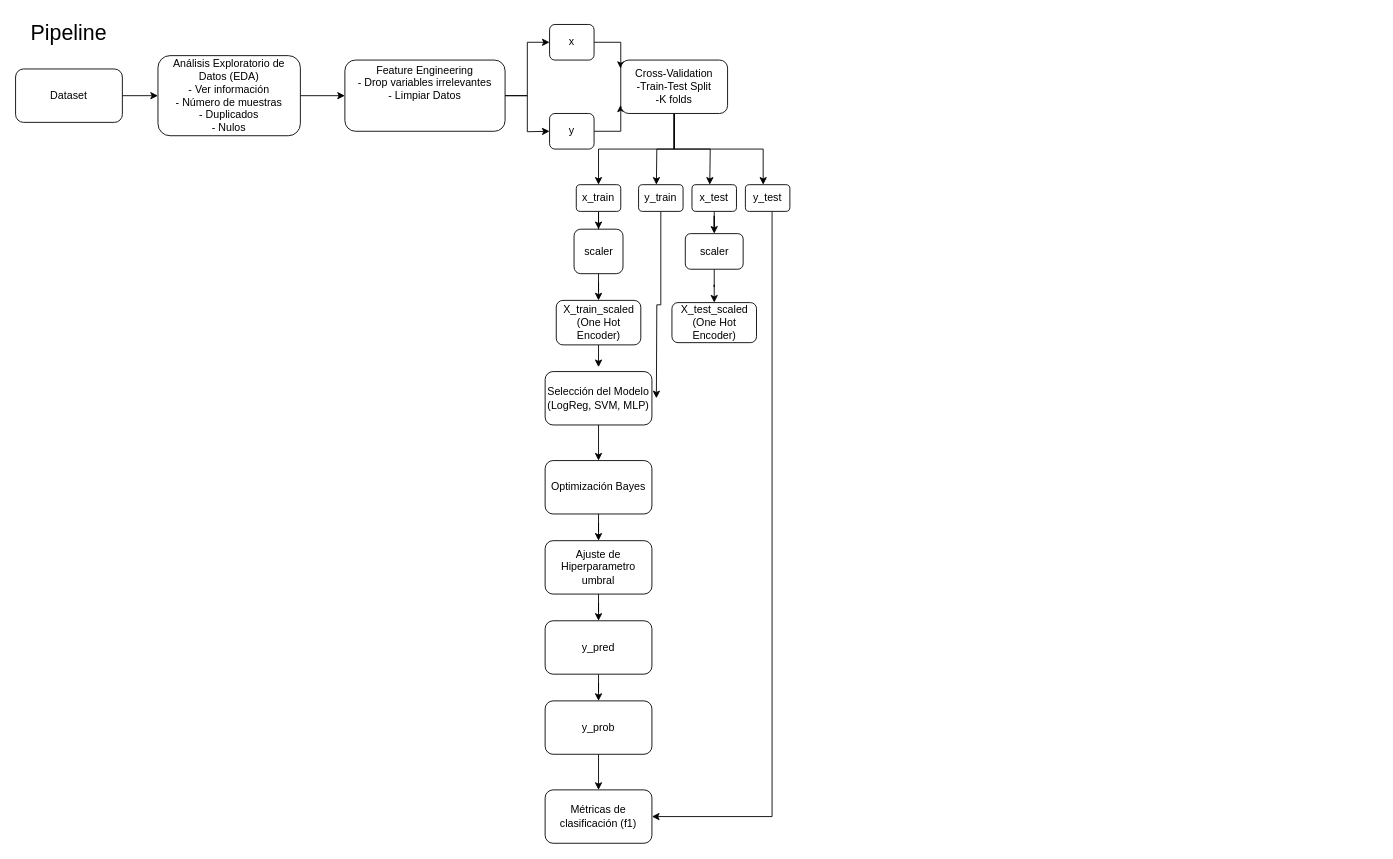
nicolasmgtz/P02---Clasificaci-n---Lab-Aprendizaje-Estad-stico keeps this draw.io diagram as Pipeline P02.drawio. Above is the earlier version. Source tidied: cells renumbered, new cells numbered last; positions are measured from the earlier drawing's top-left corner, leaving out a move shared by most shapes. Both pictures are drawn from the tidied source at 89%, with x=0, y=0 at pixel (15, 15).
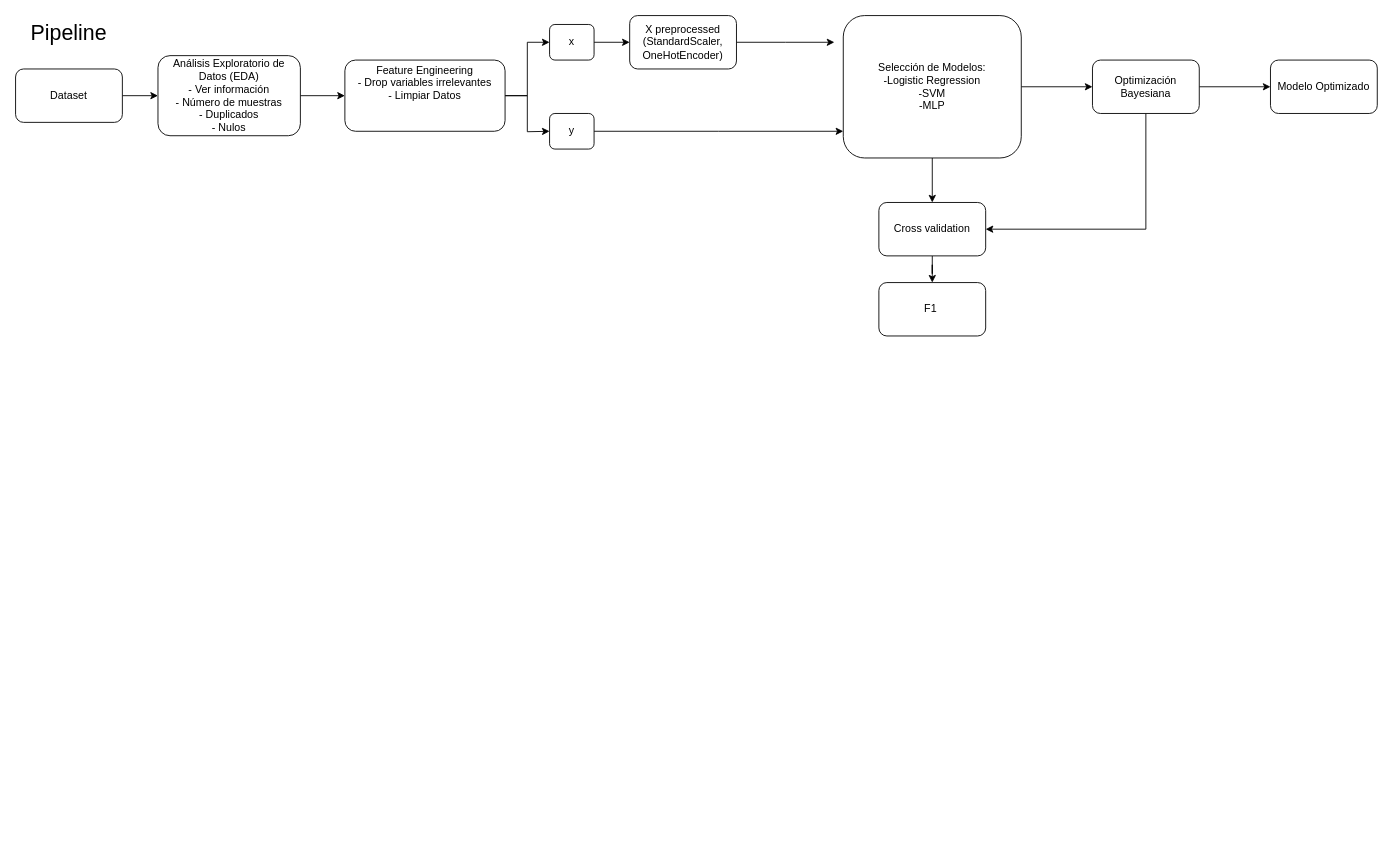
After the change.

The change refers to these unchanged cells:
```xml
<mxCell id="11" value="x" style="whiteSpace=wrap;html=1;rounded=1;" parent="1" vertex="1">
  <mxGeometry x="600" y="10" width="50" height="40" as="geometry" />
</mxCell>
<mxCell id="13" value="y" style="rounded=1;whiteSpace=wrap;html=1;" parent="1" vertex="1">
  <mxGeometry x="600" y="110" width="50" height="40" as="geometry" />
</mxCell>
```

What changed in the source:
```diff
@@
-    <mxCell id="10" style="edgeStyle=orthogonalEdgeStyle;rounded=0;jettySize=auto;html=1;" parent="1" edge="1" source="11">
-      <mxGeometry relative="1" as="geometry">
-        <mxPoint x="680" y="60" as="targetPoint" />
-        <Array as="points">
-          <mxPoint x="680" y="30" />
-        </Array>
-      </mxGeometry>
-    </mxCell>
+    <mxCell id="45" style="edgeStyle=orthogonalEdgeStyle;rounded=0;jettySize=auto;html=1;" parent="1" edge="1" source="11" target="48">
+      <mxGeometry relative="1" as="geometry" />
+    </mxCell>
@@
-    <mxCell id="12" style="edgeStyle=orthogonalEdgeStyle;rounded=0;jettySize=auto;html=1;" parent="1" edge="1" source="13">
-      <mxGeometry relative="1" as="geometry">
-        <mxPoint x="680" y="100" as="targetPoint" />
-        <Array as="points">
-          <mxPoint x="680" y="130" />
-        </Array>
-      </mxGeometry>
-    </mxCell>
+    <mxCell id="46" style="edgeStyle=orthogonalEdgeStyle;rounded=0;jettySize=auto;html=1;" parent="1" edge="1" source="13">
+      <mxGeometry relative="1" as="geometry">
+        <mxPoint x="930" y="130" as="targetPoint" />
+      </mxGeometry>
+    </mxCell>
@@
-    <mxCell id="14" style="edgeStyle=orthogonalEdgeStyle;rounded=0;jettySize=auto;html=1;" parent="1" edge="1" source="18" target="20">
-      <mxGeometry relative="1" as="geometry" />
-    </mxCell>
-    <mxCell id="15" style="edgeStyle=orthogonalEdgeStyle;rounded=0;jettySize=auto;html=1;" parent="1" edge="1" source="18">
-      <mxGeometry relative="1" as="geometry">
-        <mxPoint x="720" y="190" as="targetPoint" />
-      </mxGeometry>
-    </mxCell>
-    <mxCell id="16" style="edgeStyle=orthogonalEdgeStyle;rounded=0;jettySize=auto;html=1;" parent="1" edge="1" source="18">
-      <mxGeometry relative="1" as="geometry">
-        <mxPoint x="780" y="190" as="targetPoint" />
-      </mxGeometry>
-    </mxCell>
-    <mxCell id="17" style="edgeStyle=orthogonalEdgeStyle;rounded=0;jettySize=auto;html=1;" parent="1" edge="1" source="18">
-      <mxGeometry relative="1" as="geometry">
-        <mxPoint x="840" y="190" as="targetPoint" />
-        <Array as="points">
-          <mxPoint x="740" y="150" />
-          <mxPoint x="840" y="150" />
-        </Array>
-      </mxGeometry>
-    </mxCell>
-    <mxCell id="18" value="Cross-Validation&lt;div&gt;-Train-Test Split&lt;/div&gt;&lt;div&gt;-K folds&lt;/div&gt;" style="rounded=1;whiteSpace=wrap;html=1;" parent="1" vertex="1">
-      <mxGeometry x="680" y="50" width="120" height="60" as="geometry" />
-    </mxCell>
-    <mxCell id="19" style="edgeStyle=orthogonalEdgeStyle;rounded=0;jettySize=auto;html=1;" parent="1" edge="1" source="20" target="28">
-      <mxGeometry relative="1" as="geometry" />
-    </mxCell>
-    <mxCell id="20" value="x_train" style="whiteSpace=wrap;html=1;rounded=1;" parent="1" vertex="1">
-      <mxGeometry x="630" y="190" width="50" height="30" as="geometry" />
-    </mxCell>
-    <mxCell id="21" style="edgeStyle=orthogonalEdgeStyle;rounded=0;jettySize=auto;html=1;" parent="1" edge="1" source="22">
-      <mxGeometry relative="1" as="geometry">
-        <mxPoint x="720" y="430" as="targetPoint" />
-      </mxGeometry>
-    </mxCell>
-    <mxCell id="22" value="y_train" style="whiteSpace=wrap;html=1;rounded=1;" parent="1" vertex="1">
-      <mxGeometry x="700" y="190" width="50" height="30" as="geometry" />
-    </mxCell>
-    <mxCell id="23" style="edgeStyle=orthogonalEdgeStyle;rounded=0;jettySize=auto;html=1;" parent="1" edge="1" source="24" target="30">
-      <mxGeometry relative="1" as="geometry" />
-    </mxCell>
-    <mxCell id="24" value="x_test" style="whiteSpace=wrap;html=1;rounded=1;" parent="1" vertex="1">
-      <mxGeometry x="760" y="190" width="50" height="30" as="geometry" />
-    </mxCell>
-    <mxCell id="25" style="edgeStyle=orthogonalEdgeStyle;rounded=0;jettySize=auto;html=1;entryX=1;entryY=0.5;entryDx=0;entryDy=0;" parent="1" edge="1" source="26" target="44">
-      <mxGeometry relative="1" as="geometry">
-        <Array as="points">
-          <mxPoint x="850" y="900" />
-        </Array>
-      </mxGeometry>
-    </mxCell>
-    <mxCell id="26" value="y_test" style="whiteSpace=wrap;html=1;rounded=1;" parent="1" vertex="1">
-      <mxGeometry x="820" y="190" width="50" height="30" as="geometry" />
-    </mxCell>
-    <mxCell id="27" style="edgeStyle=orthogonalEdgeStyle;rounded=0;jettySize=auto;html=1;" parent="1" edge="1" source="28" target="32">
-      <mxGeometry relative="1" as="geometry" />
-    </mxCell>
-    <mxCell id="28" value="scaler" style="whiteSpace=wrap;html=1;rounded=1;" parent="1" vertex="1">
-      <mxGeometry x="627.5" y="240" width="55" height="50" as="geometry" />
-    </mxCell>
-    <mxCell id="29" style="edgeStyle=orthogonalEdgeStyle;rounded=0;jettySize=auto;html=1;" parent="1" edge="1" source="30" target="33">
-      <mxGeometry relative="1" as="geometry" />
-    </mxCell>
-    <mxCell id="30" value="scaler" style="whiteSpace=wrap;html=1;rounded=1;" parent="1" vertex="1">
-      <mxGeometry x="752.5" y="245" width="65" height="40" as="geometry" />
-    </mxCell>
-    <mxCell id="31" style="edgeStyle=orthogonalEdgeStyle;rounded=0;jettySize=auto;html=1;" parent="1" edge="1" source="32">
-      <mxGeometry relative="1" as="geometry">
-        <mxPoint x="655" y="395" as="targetPoint" />
-      </mxGeometry>
-    </mxCell>
-    <mxCell id="32" value="X_train_scaled&lt;div&gt;(One Hot Encoder)&lt;/div&gt;" style="whiteSpace=wrap;html=1;rounded=1;" parent="1" vertex="1">
-      <mxGeometry x="607.5" y="320" width="95" height="50" as="geometry" />
-    </mxCell>
-    <mxCell id="33" value="X_test_scaled&lt;div&gt;(One Hot Encoder)&lt;/div&gt;" style="whiteSpace=wrap;html=1;rounded=1;" parent="1" vertex="1">
-      <mxGeometry x="737.5" y="322.5" width="95" height="45" as="geometry" />
-    </mxCell>
-    <mxCell id="34" style="edgeStyle=orthogonalEdgeStyle;rounded=0;jettySize=auto;html=1;" parent="1" edge="1" source="35" target="37">
-      <mxGeometry relative="1" as="geometry" />
-    </mxCell>
-    <mxCell id="35" value="Selección del Modelo&lt;div&gt;(LogReg, SVM, MLP)&lt;/div&gt;" style="rounded=1;whiteSpace=wrap;html=1;" parent="1" vertex="1">
-      <mxGeometry x="595" y="400" width="120" height="60" as="geometry" />
-    </mxCell>
-    <mxCell id="36" style="edgeStyle=orthogonalEdgeStyle;rounded=0;jettySize=auto;html=1;" parent="1" edge="1" source="37" target="39">
-      <mxGeometry relative="1" as="geometry" />
-    </mxCell>
-    <mxCell id="37" value="Optimización Bayes" style="whiteSpace=wrap;html=1;rounded=1;" parent="1" vertex="1">
-      <mxGeometry x="595" y="500" width="120" height="60" as="geometry" />
-    </mxCell>
-    <mxCell id="38" style="edgeStyle=orthogonalEdgeStyle;rounded=0;jettySize=auto;html=1;" parent="1" edge="1" source="39" target="41">
-      <mxGeometry relative="1" as="geometry" />
-    </mxCell>
-    <mxCell id="39" value="Ajuste de Hiperparametro umbral" style="whiteSpace=wrap;html=1;rounded=1;" parent="1" vertex="1">
-      <mxGeometry x="595" y="590" width="120" height="60" as="geometry" />
-    </mxCell>
-    <mxCell id="40" style="edgeStyle=orthogonalEdgeStyle;rounded=0;jettySize=auto;html=1;" parent="1" edge="1" source="41" target="43">
-      <mxGeometry relative="1" as="geometry" />
-    </mxCell>
-    <mxCell id="41" value="y_pred" style="whiteSpace=wrap;html=1;rounded=1;" parent="1" vertex="1">
-      <mxGeometry x="595" y="680" width="120" height="60" as="geometry" />
-    </mxCell>
-    <mxCell id="42" style="edgeStyle=orthogonalEdgeStyle;rounded=0;jettySize=auto;html=1;" parent="1" edge="1" source="43" target="44">
-      <mxGeometry relative="1" as="geometry" />
-    </mxCell>
-    <mxCell id="43" value="y_prob" style="whiteSpace=wrap;html=1;rounded=1;" parent="1" vertex="1">
-      <mxGeometry x="595" y="770" width="120" height="60" as="geometry" />
-    </mxCell>
-    <mxCell id="44" value="Métricas de clasificación (f1)" style="whiteSpace=wrap;html=1;rounded=1;" parent="1" vertex="1">
-      <mxGeometry x="595" y="870" width="120" height="60" as="geometry" />
-    </mxCell>
+    <mxCell id="47" style="edgeStyle=orthogonalEdgeStyle;rounded=0;jettySize=auto;html=1;" parent="1" edge="1" source="48">
+      <mxGeometry relative="1" as="geometry">
+        <mxPoint x="920" y="30" as="targetPoint" />
+      </mxGeometry>
+    </mxCell>
+    <mxCell id="48" value="X preprocessed&lt;div&gt;(StandardScaler, OneHotEncoder)&lt;/div&gt;" style="whiteSpace=wrap;html=1;rounded=1;" parent="1" vertex="1">
+      <mxGeometry x="690" width="120" height="60" as="geometry" />
+    </mxCell>
+    <mxCell id="49" style="edgeStyle=orthogonalEdgeStyle;rounded=0;jettySize=auto;html=1;" parent="1" edge="1" source="51" target="53">
+      <mxGeometry relative="1" as="geometry" />
+    </mxCell>
+    <mxCell id="50" style="edgeStyle=orthogonalEdgeStyle;rounded=0;jettySize=auto;html=1;" parent="1" edge="1" source="51" target="57">
+      <mxGeometry relative="1" as="geometry" />
+    </mxCell>
+    <mxCell id="51" value="Selección de Modelos:&lt;br&gt;-Logistic Regression&lt;div&gt;-SVM&lt;/div&gt;&lt;div&gt;-MLP&lt;/div&gt;" style="rounded=1;whiteSpace=wrap;html=1;" parent="1" vertex="1">
+      <mxGeometry x="930" width="200" height="160" as="geometry" />
+    </mxCell>
+    <mxCell id="52" style="edgeStyle=orthogonalEdgeStyle;rounded=0;jettySize=auto;html=1;" parent="1" edge="1" source="53" target="54">
+      <mxGeometry relative="1" as="geometry" />
+    </mxCell>
+    <mxCell id="53" value="Cross validation" style="whiteSpace=wrap;html=1;rounded=1;" parent="1" vertex="1">
+      <mxGeometry x="970" y="210" width="120" height="60" as="geometry" />
+    </mxCell>
+    <mxCell id="54" value="F1&amp;nbsp;" style="whiteSpace=wrap;html=1;rounded=1;" parent="1" vertex="1">
+      <mxGeometry x="970" y="300" width="120" height="60" as="geometry" />
+    </mxCell>
+    <mxCell id="55" style="edgeStyle=orthogonalEdgeStyle;rounded=0;jettySize=auto;html=1;entryX=1;entryY=0.5;entryDx=0;entryDy=0;" parent="1" edge="1" source="57" target="53">
+      <mxGeometry relative="1" as="geometry">
+        <Array as="points">
+          <mxPoint x="1270" y="240" />
+        </Array>
+      </mxGeometry>
+    </mxCell>
+    <mxCell id="56" style="edgeStyle=orthogonalEdgeStyle;rounded=0;jettySize=auto;html=1;" parent="1" edge="1" source="57" target="58">
+      <mxGeometry relative="1" as="geometry" />
+    </mxCell>
+    <mxCell id="57" value="Optimización Bayesiana" style="whiteSpace=wrap;html=1;rounded=1;" parent="1" vertex="1">
+      <mxGeometry x="1210" y="50" width="120" height="60" as="geometry" />
+    </mxCell>
+    <mxCell id="58" value="Modelo Optimizado" style="whiteSpace=wrap;html=1;rounded=1;" parent="1" vertex="1">
+      <mxGeometry x="1410" y="50" width="120" height="60" as="geometry" />
+    </mxCell>
```
